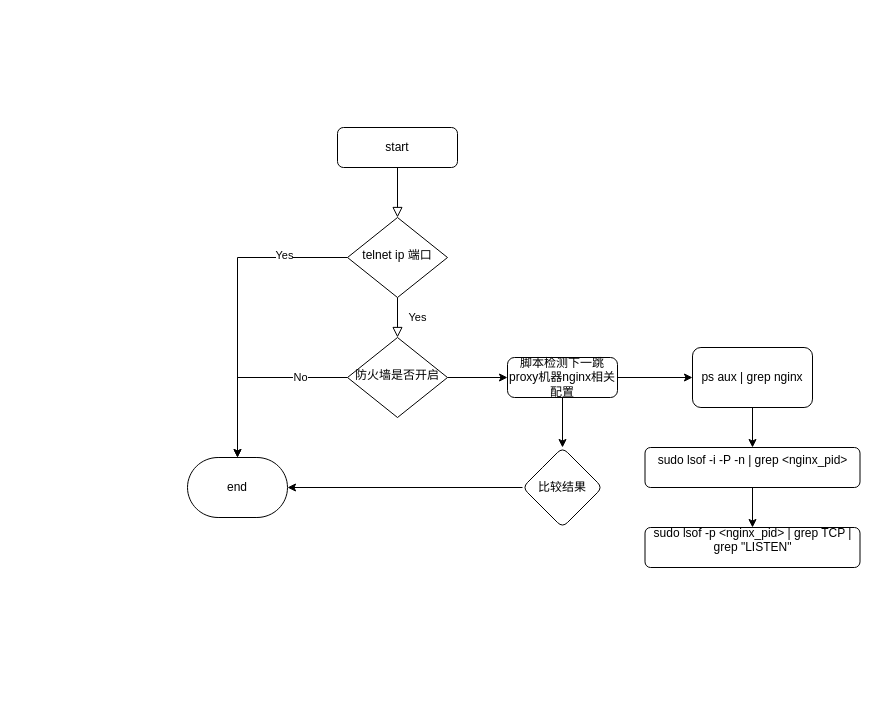
Earlier version of the draw.io diagram 未命名绘图.drawio (SwagLYY/myPersonalRepo). Source tidied: cells renumbered, new cells numbered last; positions are measured from the earlier drawing's top-left corner, leaving out a move shared by most shapes. Both pictures are drawn from the tidied source at 100%, with x=0, y=0 at pixel (187, 127).
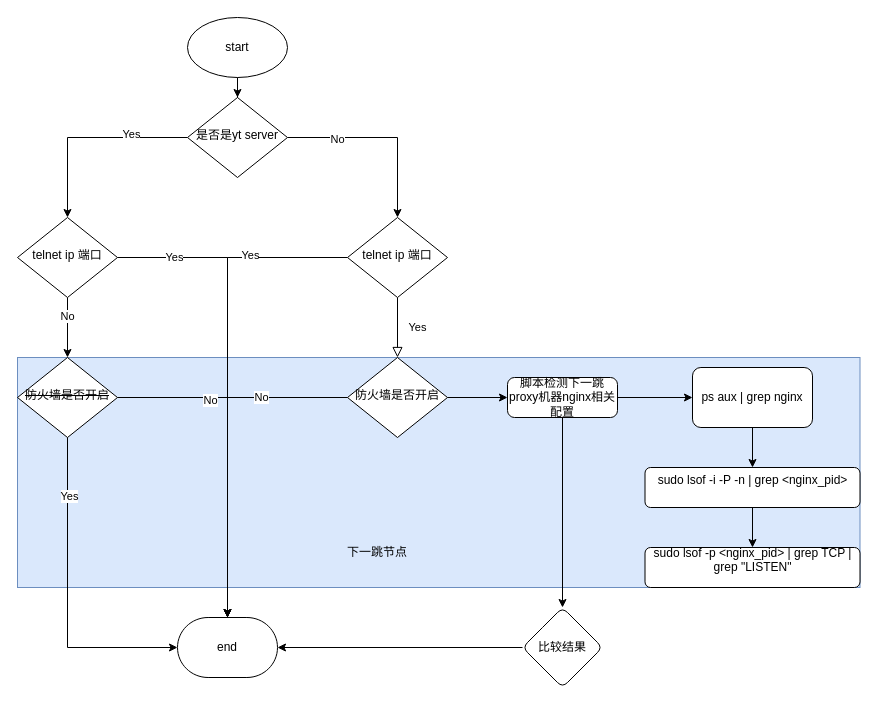
After the change.

Commit message:
更新未命名绘图.drawio

The change refers to these unchanged cells:
```xml
<mxCell id="7" value="telnet ip 端口" style="rhombus;whiteSpace=wrap;html=1;shadow=0;fontFamily=Helvetica;fontSize=12;align=center;strokeWidth=1;spacing=6;spacingTop=-4;" parent="1" vertex="1">
  <mxGeometry x="160" y="90" width="100" height="80" as="geometry" />
</mxCell>
```

Change to the diagram source:
```diff
@@
-    <mxCell id="2" style="rounded=0;html=1;jettySize=auto;fontSize=11;endArrow=block;endFill=0;endSize=8;strokeWidth=1;shadow=0;labelBackgroundColor=none;edgeStyle=orthogonalEdgeStyle;" parent="1" edge="1" source="3" target="7">
-      <mxGeometry relative="1" as="geometry" />
-    </mxCell>
-    <mxCell id="3" value="start" style="rounded=1;whiteSpace=wrap;html=1;fontSize=12;glass=0;strokeWidth=1;shadow=0;" parent="1" vertex="1">
-      <mxGeometry x="150" width="120" height="40" as="geometry" />
-    </mxCell>
@@
+    <mxCell id="23" style="edgeStyle=orthogonalEdgeStyle;rounded=0;jettySize=auto;html=1;entryX=0.5;entryY=0;entryDx=0;entryDy=0;" parent="1" edge="1" source="27" target="7">
+      <mxGeometry relative="1" as="geometry">
+        <Array as="points">
+          <mxPoint x="210" y="10" />
+        </Array>
+      </mxGeometry>
+    </mxCell>
+    <mxCell id="24" value="No" style="edgeLabel;html=1;align=center;verticalAlign=middle;" parent="23" vertex="1">
+      <mxGeometry x="-0.48" y="-1" relative="1" as="geometry" />
+    </mxCell>
+    <mxCell id="25" style="edgeStyle=orthogonalEdgeStyle;rounded=0;jettySize=auto;html=1;entryX=0.5;entryY=0;entryDx=0;entryDy=0;" parent="1" edge="1" source="27" target="30">
+      <mxGeometry relative="1" as="geometry" />
+    </mxCell>
+    <mxCell id="26" value="Yes" style="edgeLabel;html=1;align=center;verticalAlign=middle;" parent="25" vertex="1">
+      <mxGeometry x="-0.43" y="-4" relative="1" as="geometry" />
+    </mxCell>
+    <mxCell id="27" value="是否是yt server" style="rhombus;whiteSpace=wrap;html=1;shadow=0;fontFamily=Helvetica;fontSize=12;align=center;strokeWidth=1;spacing=6;spacingTop=-4;" parent="1" vertex="1">
+      <mxGeometry y="-30" width="100" height="80" as="geometry" />
+    </mxCell>
+    <mxCell id="28" style="edgeStyle=orthogonalEdgeStyle;rounded=0;jettySize=auto;html=1;" parent="1" edge="1" source="30" target="33">
+      <mxGeometry relative="1" as="geometry" />
+    </mxCell>
+    <mxCell id="29" value="No" style="edgeLabel;html=1;align=center;verticalAlign=middle;" parent="28" vertex="1">
+      <mxGeometry x="-0.4" y="-1" relative="1" as="geometry" />
+    </mxCell>
+    <mxCell id="30" value="telnet ip 端口" style="rhombus;whiteSpace=wrap;html=1;shadow=0;fontFamily=Helvetica;fontSize=12;align=center;strokeWidth=1;spacing=6;spacingTop=-4;" parent="1" vertex="1">
+      <mxGeometry x="-170" y="90" width="100" height="80" as="geometry" />
+    </mxCell>
+    <mxCell id="31" style="edgeStyle=orthogonalEdgeStyle;rounded=0;jettySize=auto;html=1;entryX=0.5;entryY=0;entryDx=0;entryDy=0;" parent="1" edge="1" source="3" target="27">
+      <mxGeometry relative="1" as="geometry" />
+    </mxCell>
+    <mxCell id="3" value="start" style="strokeWidth=1;html=1;shape=mxgraph.flowchart.start_1;whiteSpace=wrap;" parent="1" vertex="1">
+      <mxGeometry y="-110" width="100" height="60" as="geometry" />
+    </mxCell>
+    <mxCell id="32" style="group;fillColor=#dae8fc;strokeColor=#6c8ebf;" parent="1" vertex="1">
+      <mxGeometry x="-170" y="230" width="842.5" height="230" as="geometry" />
+    </mxCell>
+    <mxCell id="11" value="防火墙是否开启" style="rhombus;whiteSpace=wrap;html=1;shadow=0;fontFamily=Helvetica;fontSize=12;align=center;strokeWidth=1;spacing=6;spacingTop=-4;" parent="32" vertex="1">
+      <mxGeometry x="330" width="100" height="80" as="geometry" />
+    </mxCell>
+    <mxCell id="15" value="脚本检测下一跳proxy机器nginx相关配置" style="rounded=1;whiteSpace=wrap;html=1;absoluteArcSize=1;arcSize=14;strokeWidth=1;" parent="32" vertex="1">
+      <mxGeometry x="490" y="20" width="110" height="40" as="geometry" />
+    </mxCell>
+    <mxCell id="10" style="edgeStyle=orthogonalEdgeStyle;rounded=0;jettySize=auto;html=1;entryX=0;entryY=0.5;entryDx=0;entryDy=0;" parent="32" edge="1" source="11" target="15">
+      <mxGeometry relative="1" as="geometry" />
+    </mxCell>
+    <mxCell id="17" value="ps aux | grep nginx" style="whiteSpace=wrap;html=1;rounded=1;arcSize=14;strokeWidth=1;" parent="32" vertex="1">
+      <mxGeometry x="675" y="10" width="120" height="60" as="geometry" />
+    </mxCell>
+    <mxCell id="13" style="edgeStyle=orthogonalEdgeStyle;rounded=0;jettySize=auto;html=1;" parent="32" edge="1" source="15" target="17">
+      <mxGeometry relative="1" as="geometry" />
+    </mxCell>
+    <mxCell id="19" value="&lt;div&gt;sudo lsof -i -P -n | grep &amp;lt;nginx_pid&amp;gt;&lt;/div&gt;&lt;div&gt;&lt;br&gt;&lt;/div&gt;" style="whiteSpace=wrap;html=1;rounded=1;arcSize=14;strokeWidth=1;" parent="32" vertex="1">
+      <mxGeometry x="627.5" y="110" width="215" height="40" as="geometry" />
+    </mxCell>
+    <mxCell id="16" style="edgeStyle=orthogonalEdgeStyle;rounded=0;jettySize=auto;html=1;" parent="32" edge="1" source="17" target="19">
+      <mxGeometry relative="1" as="geometry" />
+    </mxCell>
+    <mxCell id="20" value="&lt;div&gt;&lt;div&gt;sudo lsof -p &amp;lt;nginx_pid&amp;gt; | grep TCP | grep &quot;LISTEN&quot;&lt;/div&gt;&lt;/div&gt;&lt;div&gt;&lt;br&gt;&lt;/div&gt;" style="whiteSpace=wrap;html=1;rounded=1;arcSize=14;strokeWidth=1;" parent="32" vertex="1">
+      <mxGeometry x="627.5" y="190" width="215" height="40" as="geometry" />
+    </mxCell>
+    <mxCell id="18" style="edgeStyle=orthogonalEdgeStyle;rounded=0;jettySize=auto;html=1;" parent="32" edge="1" source="19" target="20">
+      <mxGeometry relative="1" as="geometry" />
+    </mxCell>
+    <mxCell id="33" value="&lt;strike&gt;防火墙是否开启&lt;/strike&gt;" style="rhombus;whiteSpace=wrap;html=1;shadow=0;align=center;strokeWidth=1;spacing=6;spacingTop=-4;" parent="32" vertex="1">
+      <mxGeometry width="100" height="80" as="geometry" />
+    </mxCell>
+    <mxCell id="34" value="下一跳节点" style="text;html=1;strokeColor=none;fillColor=none;align=center;verticalAlign=middle;whiteSpace=wrap;rounded=0;" parent="32" vertex="1">
+      <mxGeometry x="320" y="180" width="80" height="30" as="geometry" />
+    </mxCell>
+    <mxCell id="12" value="end" style="strokeWidth=1;html=1;shape=mxgraph.flowchart.terminator;whiteSpace=wrap;" parent="1" vertex="1">
+      <mxGeometry x="-10" y="490" width="100" height="60" as="geometry" />
+    </mxCell>
@@
-    <mxCell id="10" style="edgeStyle=orthogonalEdgeStyle;rounded=0;jettySize=auto;html=1;entryX=0;entryY=0.5;entryDx=0;entryDy=0;" parent="1" edge="1" source="11" target="15">
-      <mxGeometry relative="1" as="geometry" />
-    </mxCell>
-    <mxCell id="11" value="防火墙是否开启" style="rhombus;whiteSpace=wrap;html=1;shadow=0;fontFamily=Helvetica;fontSize=12;align=center;strokeWidth=1;spacing=6;spacingTop=-4;" parent="1" vertex="1">
-      <mxGeometry x="160" y="210" width="100" height="80" as="geometry" />
-    </mxCell>
-    <mxCell id="12" value="end" style="strokeWidth=1;html=1;shape=mxgraph.flowchart.terminator;whiteSpace=wrap;" parent="1" vertex="1">
-      <mxGeometry y="330" width="100" height="60" as="geometry" />
-    </mxCell>
-    <mxCell id="13" style="edgeStyle=orthogonalEdgeStyle;rounded=0;jettySize=auto;html=1;" parent="1" edge="1" source="15" target="17">
-      <mxGeometry relative="1" as="geometry" />
-    </mxCell>
+    <mxCell id="22" style="edgeStyle=orthogonalEdgeStyle;rounded=0;jettySize=auto;html=1;entryX=1;entryY=0.5;entryDx=0;entryDy=0;entryPerimeter=0;" parent="1" edge="1" source="21" target="12">
+      <mxGeometry relative="1" as="geometry" />
+    </mxCell>
+    <mxCell id="35" style="edgeStyle=orthogonalEdgeStyle;rounded=0;jettySize=auto;html=1;entryX=0.5;entryY=0;entryDx=0;entryDy=0;entryPerimeter=0;" parent="1" edge="1" source="33" target="12">
+      <mxGeometry relative="1" as="geometry" />
+    </mxCell>
+    <mxCell id="36" value="No" style="edgeLabel;html=1;align=center;verticalAlign=middle;" parent="35" vertex="1">
+      <mxGeometry x="-0.44" y="-2" relative="1" as="geometry" />
+    </mxCell>
+    <mxCell id="37" style="edgeStyle=orthogonalEdgeStyle;rounded=0;jettySize=auto;html=1;entryX=0;entryY=0.5;entryDx=0;entryDy=0;entryPerimeter=0;" parent="1" edge="1" source="33" target="12">
+      <mxGeometry relative="1" as="geometry">
+        <Array as="points">
+          <mxPoint x="-120" y="520" />
+        </Array>
+      </mxGeometry>
+    </mxCell>
+    <mxCell id="38" value="Yes" style="edgeLabel;html=1;align=center;verticalAlign=middle;" parent="37" vertex="1">
+      <mxGeometry x="-0.64" y="1" relative="1" as="geometry" />
+    </mxCell>
+    <mxCell id="39" style="edgeStyle=orthogonalEdgeStyle;rounded=0;jettySize=auto;html=1;entryX=0.5;entryY=0;entryDx=0;entryDy=0;entryPerimeter=0;" parent="1" edge="1" source="30" target="12">
+      <mxGeometry relative="1" as="geometry" />
+    </mxCell>
+    <mxCell id="40" value="Yes" style="edgeLabel;html=1;align=center;verticalAlign=middle;" parent="39" vertex="1">
+      <mxGeometry x="-0.76" y="1" relative="1" as="geometry" />
+    </mxCell>
+    <mxCell id="21" value="比较结果" style="rhombus;whiteSpace=wrap;html=1;rounded=1;arcSize=14;strokeWidth=1;" parent="1" vertex="1">
+      <mxGeometry x="335" y="480" width="80" height="80" as="geometry" />
+    </mxCell>
@@
-    <mxCell id="15" value="脚本检测下一跳proxy机器nginx相关配置" style="rounded=1;whiteSpace=wrap;html=1;absoluteArcSize=1;arcSize=14;strokeWidth=1;" parent="1" vertex="1">
-      <mxGeometry x="320" y="230" width="110" height="40" as="geometry" />
-    </mxCell>
-    <mxCell id="16" style="edgeStyle=orthogonalEdgeStyle;rounded=0;jettySize=auto;html=1;" parent="1" edge="1" source="17" target="19">
-      <mxGeometry relative="1" as="geometry" />
-    </mxCell>
-    <mxCell id="17" value="ps aux | grep nginx" style="whiteSpace=wrap;html=1;rounded=1;arcSize=14;strokeWidth=1;" parent="1" vertex="1">
-      <mxGeometry x="505" y="220" width="120" height="60" as="geometry" />
-    </mxCell>
-    <mxCell id="18" style="edgeStyle=orthogonalEdgeStyle;rounded=0;jettySize=auto;html=1;" parent="1" edge="1" source="19" target="20">
-      <mxGeometry relative="1" as="geometry" />
-    </mxCell>
-    <mxCell id="19" value="&lt;div&gt;sudo lsof -i -P -n | grep &amp;lt;nginx_pid&amp;gt;&lt;/div&gt;&lt;div&gt;&lt;br&gt;&lt;/div&gt;" style="whiteSpace=wrap;html=1;rounded=1;arcSize=14;strokeWidth=1;" parent="1" vertex="1">
-      <mxGeometry x="457.5" y="320" width="215" height="40" as="geometry" />
-    </mxCell>
-    <mxCell id="20" value="&lt;div&gt;&lt;div&gt;sudo lsof -p &amp;lt;nginx_pid&amp;gt; | grep TCP | grep &quot;LISTEN&quot;&lt;/div&gt;&lt;/div&gt;&lt;div&gt;&lt;br&gt;&lt;/div&gt;" style="whiteSpace=wrap;html=1;rounded=1;arcSize=14;strokeWidth=1;" parent="1" vertex="1">
-      <mxGeometry x="457.5" y="400" width="215" height="40" as="geometry" />
-    </mxCell>
-    <mxCell id="21" value="比较结果" style="rhombus;whiteSpace=wrap;html=1;rounded=1;arcSize=14;strokeWidth=1;" parent="1" vertex="1">
-      <mxGeometry x="335" y="320" width="80" height="80" as="geometry" />
-    </mxCell>
-    <mxCell id="22" style="edgeStyle=orthogonalEdgeStyle;rounded=0;jettySize=auto;html=1;entryX=1;entryY=0.5;entryDx=0;entryDy=0;entryPerimeter=0;" parent="1" edge="1" source="21" target="12">
-      <mxGeometry relative="1" as="geometry" />
-    </mxCell>
```
